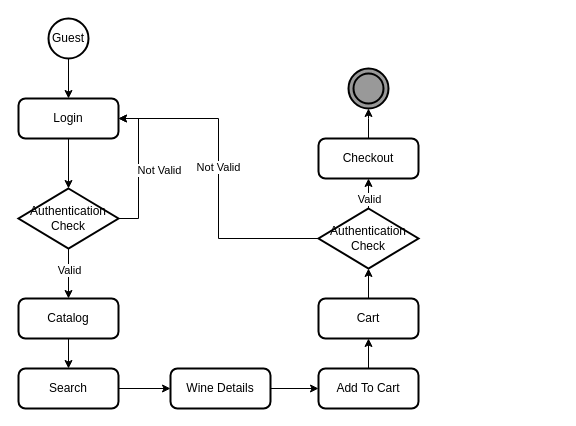
Before: page "Guest" (1 of 2) of Docs/Requirements Analysis/Diagrams/Activity Diagram/Winer.ActivityDiagram.drawio in Gprisco/winer-unisa, a draw.io diagram. Source tidied: cells renumbered, new cells numbered last; positions are measured from the earlier drawing's top-left corner, leaving out a move shared by most shapes. Both pictures are drawn from the tidied source at 100%, with x=0, y=0 at pixel (18, 18).
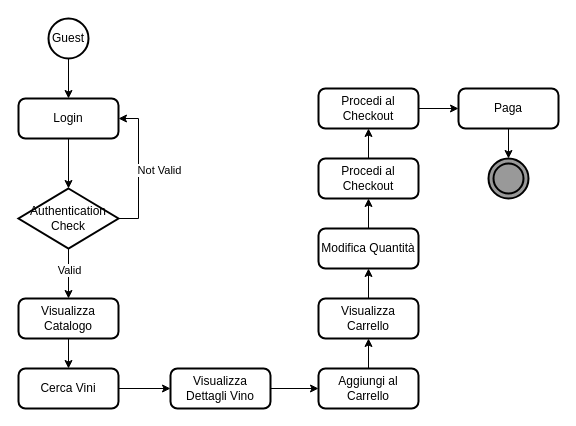
The same diagram, later.

Unchanged cells that the change refers to:
```xml
<mxCell id="5" value="Login" style="rounded=1;whiteSpace=wrap;html=1;absoluteArcSize=1;arcSize=14;strokeWidth=2;" parent="1" vertex="1">
  <mxGeometry y="80" width="100" height="40" as="geometry" />
</mxCell>
```

Diff of the diagram source:
```diff
@@
-    <mxCell id="12" value="Catalog" style="rounded=1;whiteSpace=wrap;html=1;absoluteArcSize=1;arcSize=14;strokeWidth=2;" parent="1" vertex="1">
+    <mxCell id="12" value="Visualizza Catalogo" style="rounded=1;whiteSpace=wrap;html=1;absoluteArcSize=1;arcSize=14;strokeWidth=2;" parent="1" vertex="1">
       <mxGeometry y="280" width="100" height="40" as="geometry" />
     </mxCell>
@@
-    <mxCell id="14" value="Wine Details" style="rounded=1;whiteSpace=wrap;html=1;absoluteArcSize=1;arcSize=14;strokeWidth=2;" parent="1" vertex="1">
+    <mxCell id="14" value="Visualizza&lt;br&gt;Dettagli Vino" style="rounded=1;whiteSpace=wrap;html=1;absoluteArcSize=1;arcSize=14;strokeWidth=2;" parent="1" vertex="1">
       <mxGeometry x="152" y="350" width="100" height="40" as="geometry" />
     </mxCell>
@@
-    <mxCell id="16" value="Add To Cart" style="rounded=1;whiteSpace=wrap;html=1;absoluteArcSize=1;arcSize=14;strokeWidth=2;" parent="1" vertex="1">
+    <mxCell id="16" value="Aggiungi al Carrello" style="rounded=1;whiteSpace=wrap;html=1;absoluteArcSize=1;arcSize=14;strokeWidth=2;" parent="1" vertex="1">
       <mxGeometry x="300" y="350" width="100" height="40" as="geometry" />
     </mxCell>
-    <mxCell id="17" style="edgeStyle=orthogonalEdgeStyle;rounded=0;jettySize=auto;html=1;" parent="1" edge="1" source="18" target="22">
+    <mxCell id="17" style="edgeStyle=orthogonalEdgeStyle;rounded=0;jettySize=auto;html=1;" parent="1" edge="1" source="18" target="24">
       <mxGeometry relative="1" as="geometry" />
     </mxCell>
-    <mxCell id="18" value="Cart" style="rounded=1;whiteSpace=wrap;html=1;absoluteArcSize=1;arcSize=14;strokeWidth=2;" parent="1" vertex="1">
+    <mxCell id="18" value="Visualizza Carrello" style="rounded=1;whiteSpace=wrap;html=1;absoluteArcSize=1;arcSize=14;strokeWidth=2;" parent="1" vertex="1">
       <mxGeometry x="300" y="280" width="100" height="40" as="geometry" />
     </mxCell>
-    <mxCell id="19" value="Not Valid" style="edgeStyle=orthogonalEdgeStyle;rounded=0;jettySize=auto;html=1;entryX=1;entryY=0.5;entryDx=0;entryDy=0;" parent="1" edge="1" source="22" target="5">
-      <mxGeometry x="0.07" relative="1" as="geometry" />
-    </mxCell>
-    <mxCell id="20" style="edgeStyle=orthogonalEdgeStyle;rounded=0;jettySize=auto;html=1;" parent="1" edge="1" source="22" target="24">
-      <mxGeometry relative="1" as="geometry" />
-    </mxCell>
-    <mxCell id="21" value="Valid" style="edgeLabel;html=1;align=center;verticalAlign=middle;" parent="20" vertex="1">
-      <mxGeometry x="0.19" y="3" relative="1" as="geometry">
-        <mxPoint x="3" as="offset" />
-      </mxGeometry>
-    </mxCell>
-    <mxCell id="22" value="Authentication&lt;br&gt;Check" style="strokeWidth=2;html=1;shape=mxgraph.flowchart.decision;whiteSpace=wrap;rounded=1;" parent="1" vertex="1">
-      <mxGeometry x="300" y="190" width="100" height="60" as="geometry" />
-    </mxCell>
-    <mxCell id="23" style="edgeStyle=orthogonalEdgeStyle;rounded=0;jettySize=auto;html=1;" parent="1" edge="1" source="24">
-      <mxGeometry relative="1" as="geometry">
-        <mxPoint x="350" y="90" as="targetPoint" />
-      </mxGeometry>
+    <mxCell id="23" style="edgeStyle=orthogonalEdgeStyle;rounded=0;jettySize=auto;html=1;" parent="1" edge="1" source="24" target="32">
+      <mxGeometry relative="1" as="geometry" />
     </mxCell>
-    <mxCell id="24" value="Checkout" style="rounded=1;whiteSpace=wrap;html=1;absoluteArcSize=1;arcSize=14;strokeWidth=2;" parent="1" vertex="1">
-      <mxGeometry x="300" y="120" width="100" height="40" as="geometry" />
+    <mxCell id="24" value="Modifica Quantità" style="rounded=1;whiteSpace=wrap;html=1;absoluteArcSize=1;arcSize=14;strokeWidth=2;" parent="1" vertex="1">
+      <mxGeometry x="300" y="210" width="100" height="40" as="geometry" />
     </mxCell>
@@
-    <mxCell id="26" value="Search" style="rounded=1;whiteSpace=wrap;html=1;absoluteArcSize=1;arcSize=14;strokeWidth=2;" parent="1" vertex="1">
+    <mxCell id="26" value="Cerca Vini" style="rounded=1;whiteSpace=wrap;html=1;absoluteArcSize=1;arcSize=14;strokeWidth=2;" parent="1" vertex="1">
       <mxGeometry y="350" width="100" height="40" as="geometry" />
     </mxCell>
-    <mxCell id="27" style="group;" parent="1" vertex="1">
-      <mxGeometry x="330" y="50" width="40" height="40" as="geometry" />
-    </mxCell>
+    <mxCell id="30" style="group;" parent="1" vertex="1">
+      <mxGeometry x="470" y="140" width="40" height="40" as="geometry" />
+    </mxCell>
-    <mxCell id="28" style="strokeWidth=2;html=1;shape=mxgraph.flowchart.start_2;whiteSpace=wrap;fillColor=#999999;" parent="27" vertex="1">
+    <mxCell id="28" style="strokeWidth=2;html=1;shape=mxgraph.flowchart.start_2;whiteSpace=wrap;fillColor=#999999;" parent="30" vertex="1">
       <mxGeometry width="40" height="40" as="geometry" />
     </mxCell>
-    <mxCell id="29" style="strokeWidth=2;html=1;shape=mxgraph.flowchart.start_2;whiteSpace=wrap;fillColor=none;" parent="27" vertex="1">
+    <mxCell id="29" style="strokeWidth=2;html=1;shape=mxgraph.flowchart.start_2;whiteSpace=wrap;fillColor=none;" parent="30" vertex="1">
       <mxGeometry x="5" y="5" width="30" height="30" as="geometry" />
     </mxCell>
+    <mxCell id="31" style="edgeStyle=orthogonalEdgeStyle;rounded=0;jettySize=auto;html=1;" parent="1" edge="1" source="32" target="34">
+      <mxGeometry relative="1" as="geometry" />
+    </mxCell>
+    <mxCell id="32" value="Procedi al Checkout" style="rounded=1;whiteSpace=wrap;html=1;absoluteArcSize=1;arcSize=14;strokeWidth=2;" parent="1" vertex="1">
+      <mxGeometry x="300" y="140" width="100" height="40" as="geometry" />
+    </mxCell>
+    <mxCell id="33" style="edgeStyle=orthogonalEdgeStyle;rounded=0;jettySize=auto;html=1;" parent="1" edge="1" source="34" target="36">
+      <mxGeometry relative="1" as="geometry" />
+    </mxCell>
+    <mxCell id="34" value="Procedi al Checkout" style="rounded=1;whiteSpace=wrap;html=1;absoluteArcSize=1;arcSize=14;strokeWidth=2;" parent="1" vertex="1">
+      <mxGeometry x="300" y="70" width="100" height="40" as="geometry" />
+    </mxCell>
+    <mxCell id="35" style="edgeStyle=orthogonalEdgeStyle;rounded=0;jettySize=auto;html=1;entryX=0.5;entryY=0;entryDx=0;entryDy=0;entryPerimeter=0;" parent="1" edge="1" source="36" target="28">
+      <mxGeometry relative="1" as="geometry" />
+    </mxCell>
+    <mxCell id="36" value="Paga" style="rounded=1;whiteSpace=wrap;html=1;absoluteArcSize=1;arcSize=14;strokeWidth=2;" parent="1" vertex="1">
+      <mxGeometry x="440" y="70" width="100" height="40" as="geometry" />
+    </mxCell>
```
